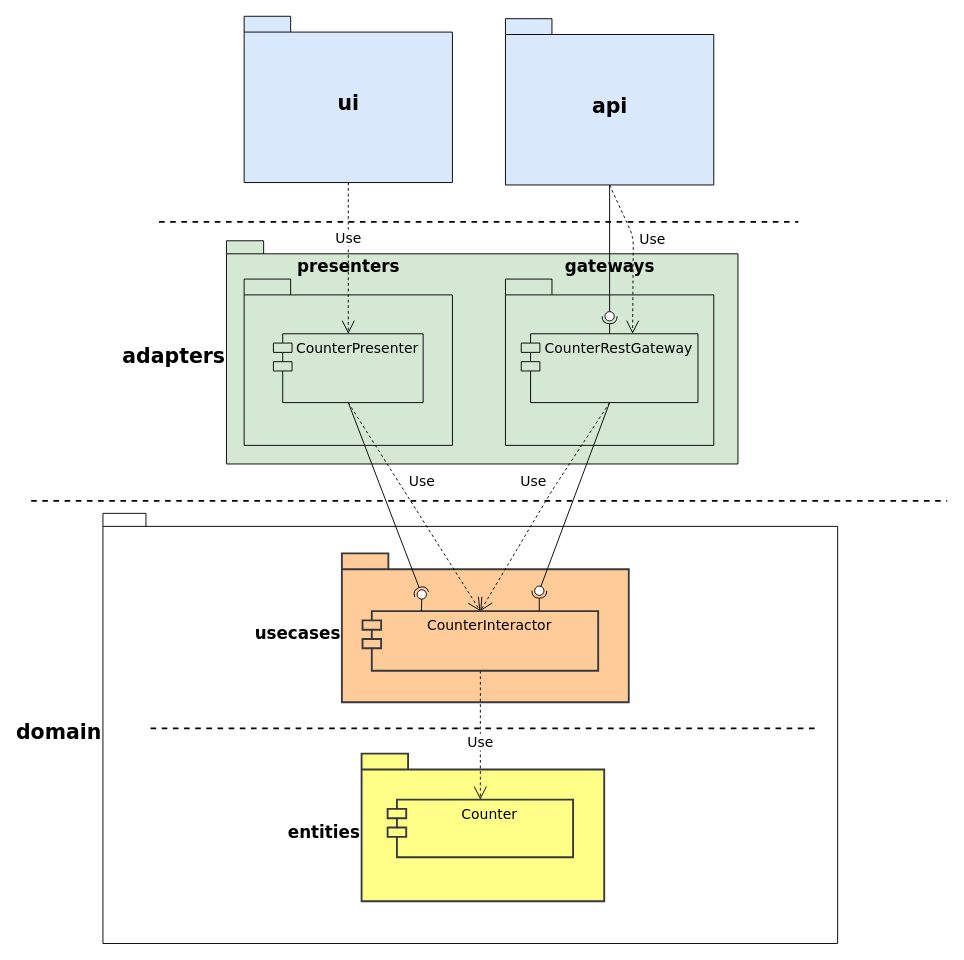
softspiders/clean-architecture-counter-starters keeps this draw.io diagram as app/diagrams/packages-details.uml.drawio. Above is the earlier version. Source tidied: cells renumbered, new cells numbered last; positions are measured from the earlier drawing's top-left corner, leaving out a move shared by most shapes. Both pictures are drawn from the tidied source at 93%, with x=0, y=0 at pixel (31, 16).
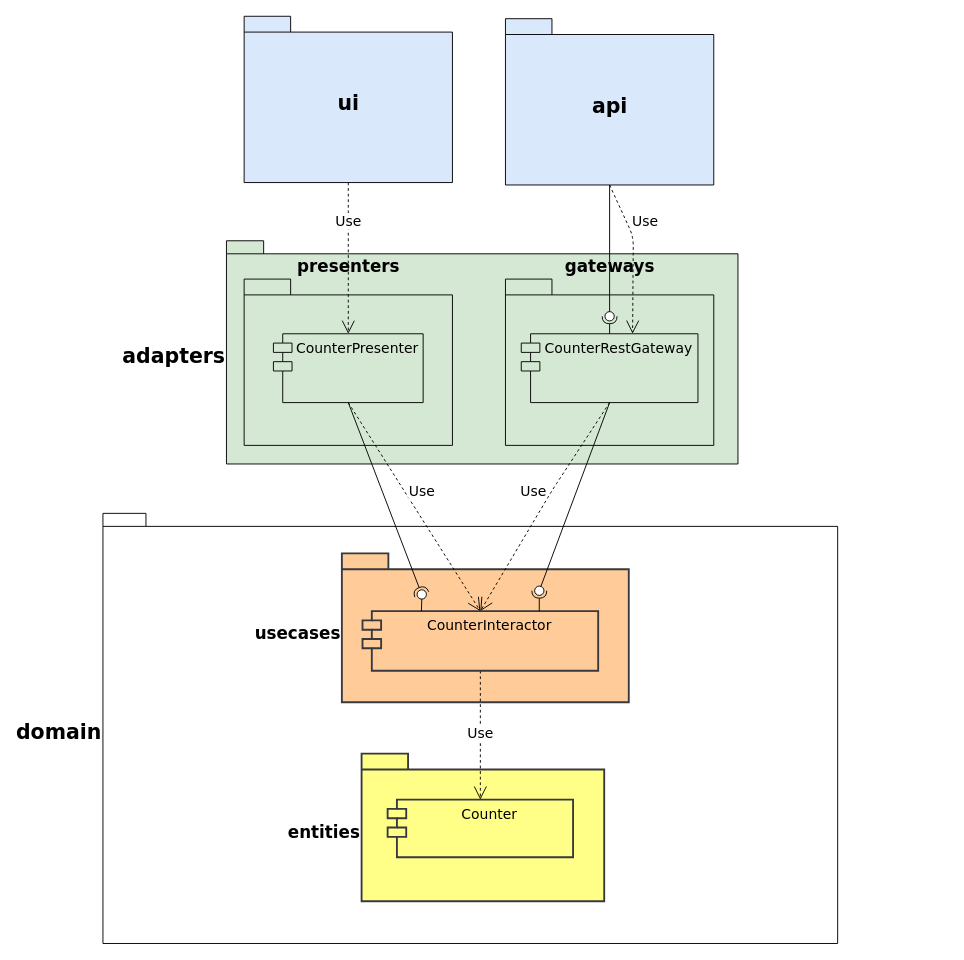
After the change.

Unchanged cells that the change refers to:
```xml
<mxCell id="2" style="group;strokeColor=none;" parent="1" vertex="1">
  <mxGeometry x="77.2" y="534.5" width="790" height="462.5" as="geometry" />
</mxCell>
<mxCell id="6" value="Counter" style="shape=module;align=left;spacingLeft=20;align=center;verticalAlign=top;fontFamily=Verdana;fontSize=15;fillColor=#ffff88;strokeColor=#36393d;strokeWidth=2;" parent="4" vertex="1">
  <mxGeometry x="105.3" y="61.1" width="199.4" height="62" as="geometry" />
</mxCell>
<mxCell id="9" value="CounterInteractor" style="shape=module;align=left;spacingLeft=20;align=center;verticalAlign=top;fontFamily=Verdana;fontSize=15;fillColor=#ffcc99;strokeColor=#36393d;strokeWidth=2;" parent="2" vertex="1">
  <mxGeometry x="279.1" y="105.1" width="253.4" height="64.1" as="geometry" />
</mxCell>
<mxCell id="19" value="CounterRestGateway" style="shape=module;align=left;spacingLeft=20;align=center;verticalAlign=top;fontFamily=Verdana;fontSize=15;fillColor=#d5e8d4;strokeColor=#000000;" parent="17" vertex="1">
  <mxGeometry x="17" y="58.8" width="190" height="74" as="geometry" />
</mxCell>
<mxCell id="22" value="CounterPresenter" style="shape=module;align=left;spacingLeft=20;align=center;verticalAlign=top;fontFamily=Verdana;fontSize=15;fillColor=#d5e8d4;strokeColor=#000000;" parent="1" vertex="1">
  <mxGeometry x="260.5" y="341.4" width="161" height="74" as="geometry" />
</mxCell>
<mxCell id="23" value="&lt;font style=&quot;font-size: 22px&quot;&gt;ui&lt;/font&gt;" style="shape=folder;fontStyle=1;spacingTop=10;tabWidth=50;tabHeight=17;tabPosition=left;html=1;rounded=0;shadow=0;comic=0;labelBackgroundColor=none;strokeWidth=1;fontFamily=Verdana;fontSize=18;align=center;labelPosition=center;verticalLabelPosition=middle;verticalAlign=middle;fillColor=#dae8fc;strokeColor=#000000;" parent="1" vertex="1">
  <mxGeometry x="229" width="224" height="178.8" as="geometry" />
</mxCell>
<mxCell id="31" value="&lt;font style=&quot;font-size: 22px&quot;&gt;api&lt;/font&gt;" style="shape=folder;fontStyle=1;spacingTop=10;tabWidth=50;tabHeight=17;tabPosition=left;html=1;rounded=0;shadow=0;comic=0;labelBackgroundColor=none;strokeWidth=1;fontFamily=Verdana;fontSize=18;align=center;labelPosition=center;verticalLabelPosition=middle;verticalAlign=middle;fillColor=#dae8fc;strokeColor=#000000;" parent="1" vertex="1">
  <mxGeometry x="510" y="2.6" width="224" height="178.8" as="geometry" />
</mxCell>
```

Change to the diagram source:
```diff
@@
     <mxCell id="8" value="Use" style="endArrow=open;endSize=12;dashed=1;html=1;fontFamily=Verdana;fontSize=15;exitX=0.5;exitY=1;exitDx=0;exitDy=0;entryX=0.5;entryY=0;entryDx=0;entryDy=0;" parent="2" edge="1" source="9" target="6">
-      <mxGeometry x="0.1" relative="1" as="geometry" />
+      <mxGeometry x="-0.04" relative="1" as="geometry" />
     </mxCell>
@@
-    <mxCell id="12" style="line;strokeWidth=2;fillColor=none;align=left;verticalAlign=middle;spacingTop=-1;spacingLeft=3;spacingRight=3;labelPosition=right;dashed=1;" parent="2" vertex="1">
-      <mxGeometry x="51.2" y="227.2" width="720" height="8" as="geometry" />
-    </mxCell>
@@
     <mxCell id="24" value="Use" style="endArrow=open;endSize=12;dashed=1;html=1;fontFamily=Verdana;fontSize=15;entryX=0.5;entryY=0;entryDx=0;entryDy=0;exitX=0.5;exitY=1;exitDx=0;exitDy=0;exitPerimeter=0;" parent="1" edge="1" source="23" target="22">
-      <mxGeometry x="-0.28" relative="1" as="geometry" />
+      <mxGeometry x="-0.49" relative="1" as="geometry" />
     </mxCell>
@@
     <mxCell id="27" value="Use" style="endArrow=open;endSize=12;dashed=1;html=1;fontFamily=Verdana;fontSize=15;exitX=0.5;exitY=1;exitDx=0;exitDy=0;entryX=0.5;entryY=0;entryDx=0;entryDy=0;" parent="1" edge="1" source="19" target="9">
-      <mxGeometry x="-0.14" y="-22" relative="1" as="geometry">
+      <mxGeometry x="-0.07" y="-17" relative="1" as="geometry">
         <Array as="points">
           <mxPoint x="560" y="510" />
         </Array>
-        <mxPoint x="-1" y="1" as="offset" />
       </mxGeometry>
     </mxCell>
     <mxCell id="28" value="Use" style="endArrow=open;endSize=12;dashed=1;html=1;fontFamily=Verdana;fontSize=15;exitX=0.5;exitY=1;exitDx=0;exitDy=0;exitPerimeter=0;entryX=0.63;entryY=-0.001;entryDx=0;entryDy=0;entryPerimeter=0;" parent="1" edge="1" source="31" target="19">
-      <mxGeometry x="-0.18" y="20" relative="1" as="geometry">
+      <mxGeometry x="-0.38" y="18" relative="1" as="geometry">
         <Array as="points">
           <mxPoint x="647.5" y="237" />
         </Array>
-        <mxPoint x="1" y="-5" as="offset" />
       </mxGeometry>
     </mxCell>
-    <mxCell id="29" style="line;strokeWidth=2;fillColor=none;align=left;verticalAlign=middle;spacingTop=-1;spacingLeft=3;spacingRight=3;labelPosition=right;dashed=1;" parent="1" vertex="1">
-      <mxGeometry x="137.5" y="217" width="687.5" height="8" as="geometry" />
-    </mxCell>
-    <mxCell id="30" style="line;strokeWidth=2;fillColor=none;align=left;verticalAlign=middle;spacingTop=-1;spacingLeft=3;spacingRight=3;labelPosition=right;dashed=1;" parent="1" vertex="1">
-      <mxGeometry y="517" width="985" height="8" as="geometry" />
-    </mxCell>
@@
     <mxCell id="32" value="Use" style="endArrow=open;endSize=12;dashed=1;html=1;fontFamily=Verdana;fontSize=15;exitX=0.5;exitY=1;exitDx=0;exitDy=0;entryX=0.5;entryY=0;entryDx=0;entryDy=0;" parent="1" edge="1" source="22" target="9">
-      <mxGeometry x="-0.14" y="21" relative="1" as="geometry" />
+      <mxGeometry x="-0.08" y="16" relative="1" as="geometry" />
     </mxCell>
```
